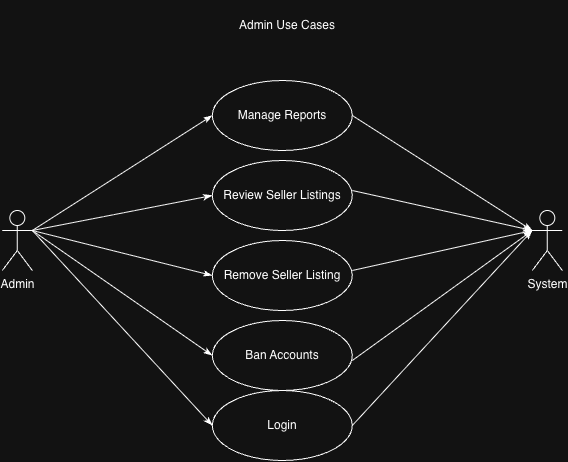
Before: Use Cases/AdminUseCase.png, a diagram exported from draw.io (Jason-Kng/Bulldog-Records). Source tidied: cells renumbered, new cells last; positions are measured from the earlier drawing's top-left corner, leaving out a move shared by most shapes.
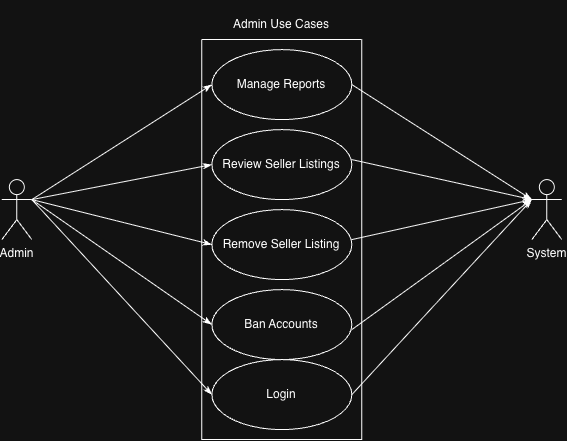
The same file after the commit.

Commit message:
Updated use case diagrams

What changed in the source:
```diff
@@ -62,7 +62,10 @@
       <mxGeometry relative="1" as="geometry" />
     </mxCell>
     <mxCell id="19" value="Admin Use Cases" style="text;html=1;whiteSpace=wrap;strokeColor=none;fillColor=none;align=center;verticalAlign=middle;rounded=0;" parent="1" vertex="1">
-      <mxGeometry x="195" width="180" height="50" as="geometry" />
+      <mxGeometry x="190" y="30" width="180" height="50" as="geometry" />
     </mxCell>
+    <mxCell id="20" style="swimlane;startSize=0;" parent="1" vertex="1">
+      <mxGeometry x="200" y="70" width="160" height="400" as="geometry" />
+    </mxCell>
   </root>
 </mxGraphModel>
```
